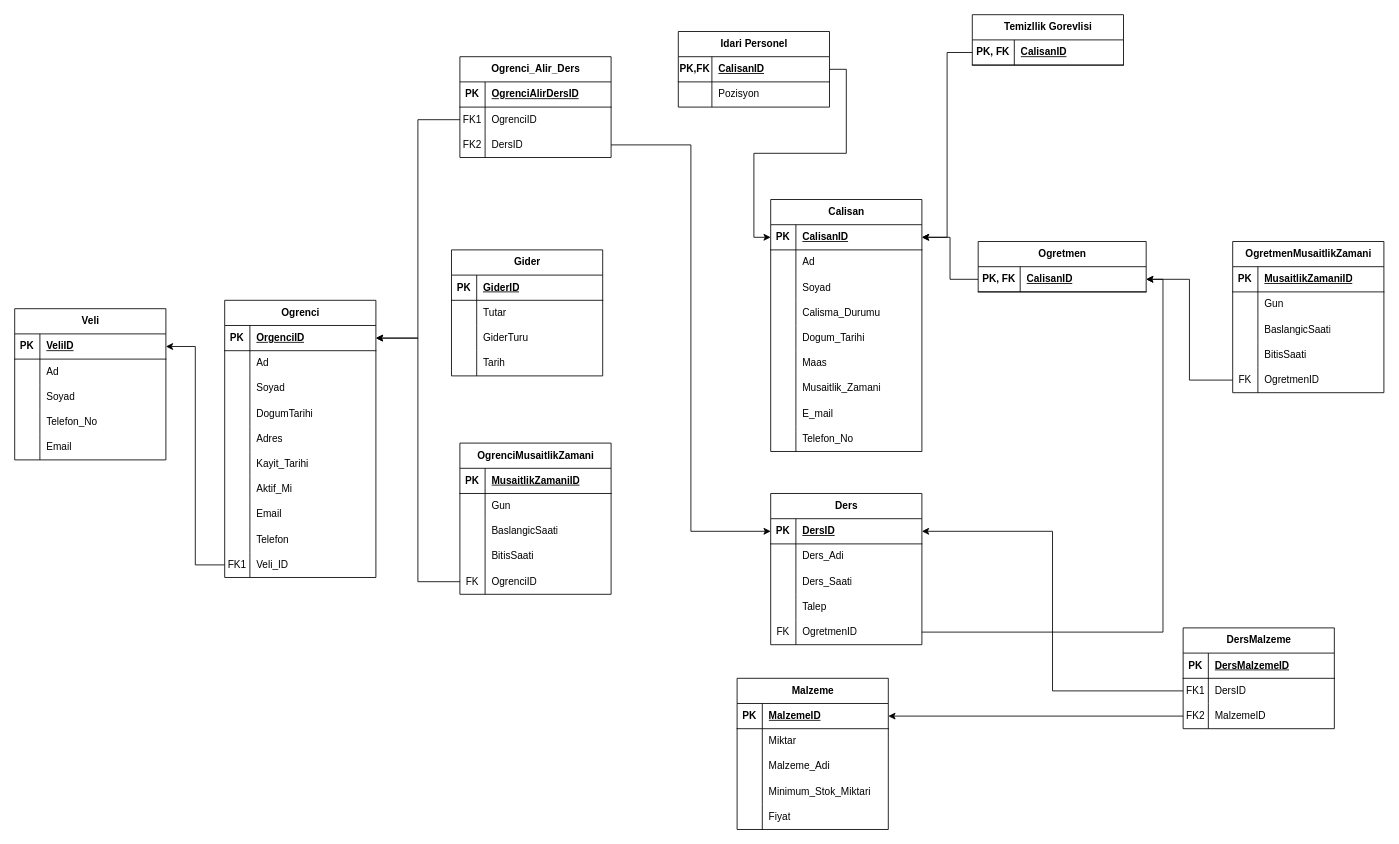
This is bil372-frontend/RelationalDiagram.drawio from onurozcan361/bil372-project, a draw.io file, before an edit. Source tidied: cells renumbered, new cells numbered last; positions are measured from the earlier drawing's top-left corner, leaving out a move shared by most shapes. Both pictures are drawn from the tidied source at 84%, with x=0, y=0 at pixel (14, 14).
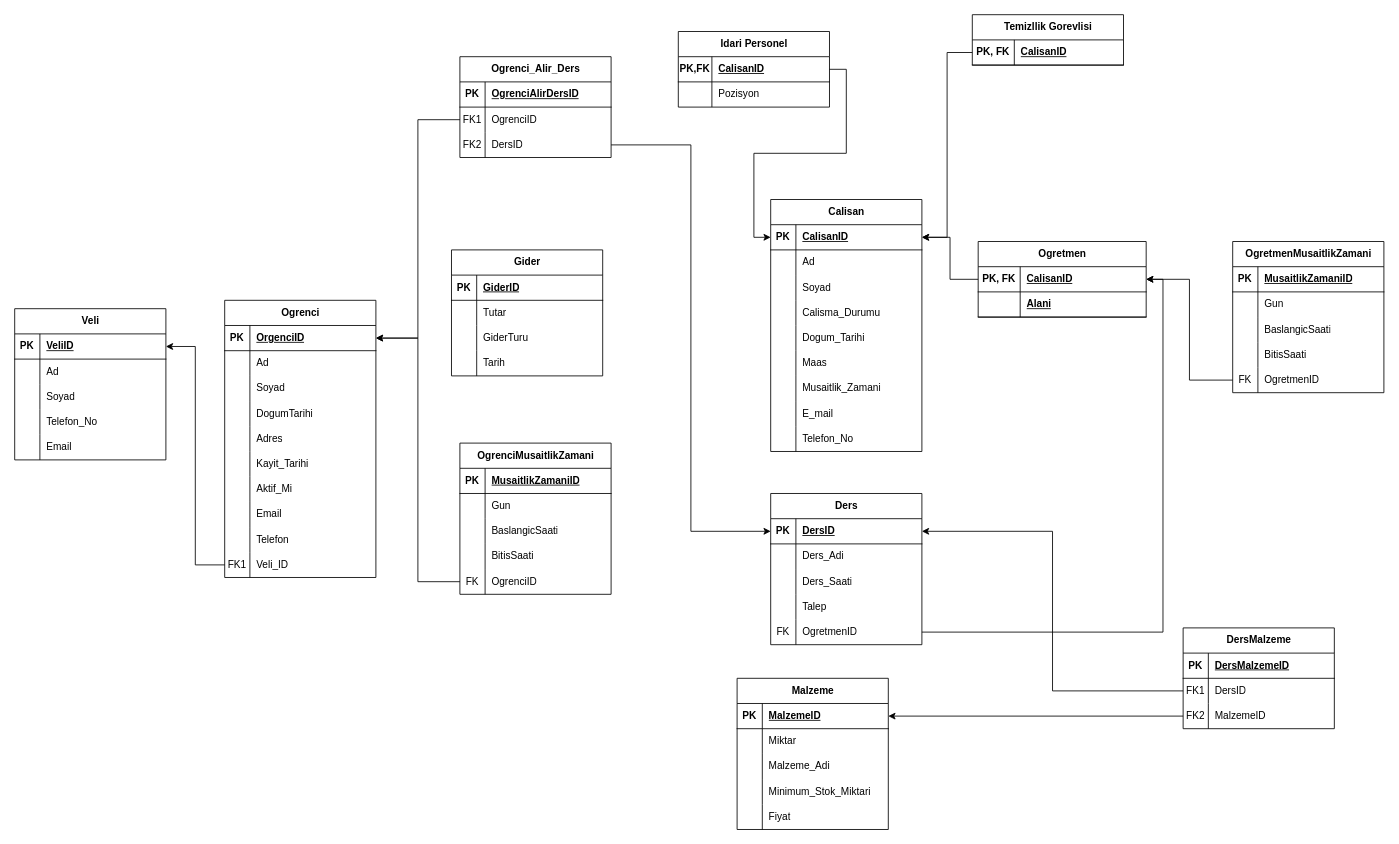
After the change.

Commit message (it also covers changes not shown here):
eer ve relational diagramlar guncellendi

Change to the diagram source:
```diff
@@
     <mxCell id="34" value="Ogretmen" style="shape=table;startSize=30;childLayout=tableLayout;rowLines=0;fontStyle=1;align=center;html=1;" parent="1" vertex="1">
-      <mxGeometry x="1147" y="270" width="200" height="60" as="geometry" />
+      <mxGeometry x="1147" y="270" width="200" height="90" as="geometry" />
     </mxCell>
@@
+    <mxCell id="202" style="shape=tableRow;horizontal=0;startSize=0;swimlaneHead=0;swimlaneBody=0;fillColor=none;top=0;left=0;right=0;bottom=1;" parent="34" vertex="1">
+      <mxGeometry y="60" width="200" height="30" as="geometry" />
+    </mxCell>
+    <mxCell id="203" style="shape=partialRectangle;fillColor=none;top=0;left=0;bottom=0;right=0;fontStyle=1;overflow=hidden;whiteSpace=wrap;html=1;" parent="202" vertex="1">
+      <mxGeometry width="50" height="30" as="geometry" />
+    </mxCell>
+    <mxCell id="204" value="Alani" style="shape=partialRectangle;fillColor=none;top=0;left=0;bottom=0;right=0;align=left;spacingLeft=6;fontStyle=5;overflow=hidden;whiteSpace=wrap;html=1;" parent="202" vertex="1">
+      <mxGeometry x="50" width="150" height="30" as="geometry" />
+    </mxCell>
```
